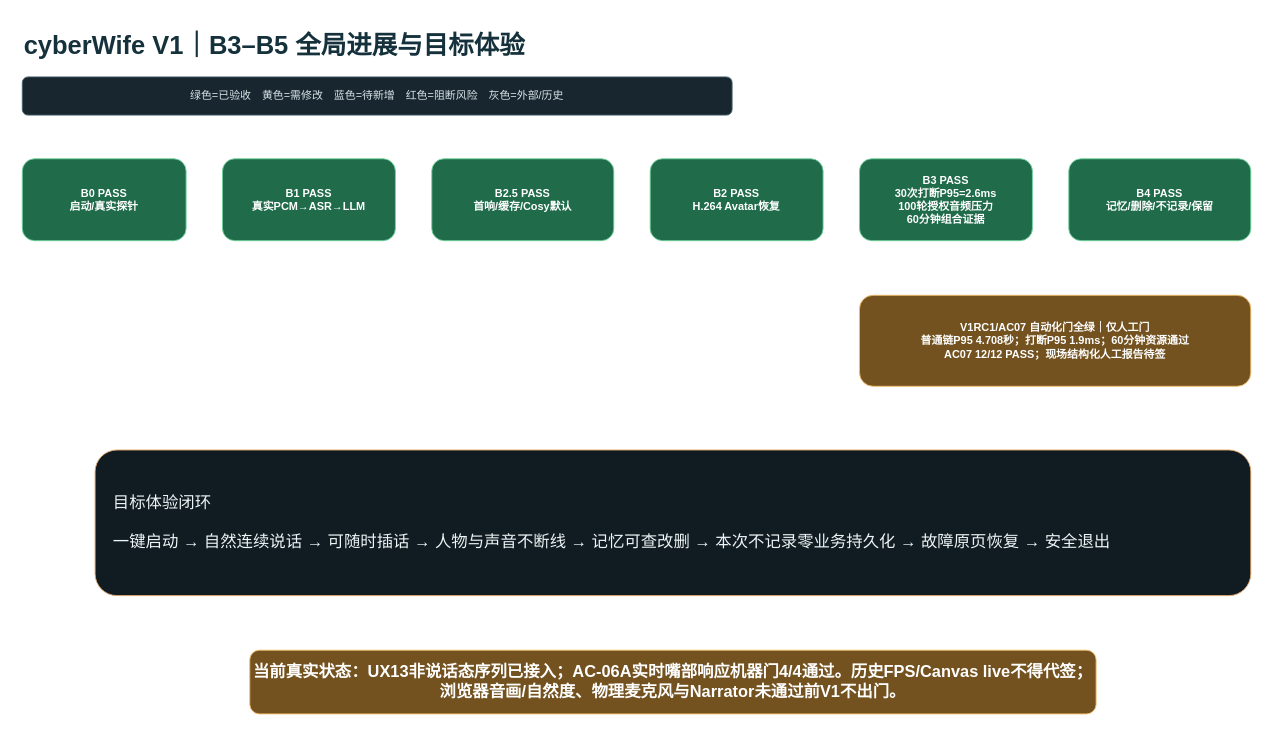
This is page "01-全局进展与目标体验" (1 of 8) of docs/cyberWife-b3-b5-delivery-gap.drawio from ljx418/cyberWife, a draw.io file, before an edit. Source tidied: cells renumbered, new cells numbered last; positions are measured from the earlier drawing's top-left corner, leaving out a move shared by most shapes. Both pictures are drawn from the tidied source at 91%, with x=0, y=0 at pixel (22, 22).
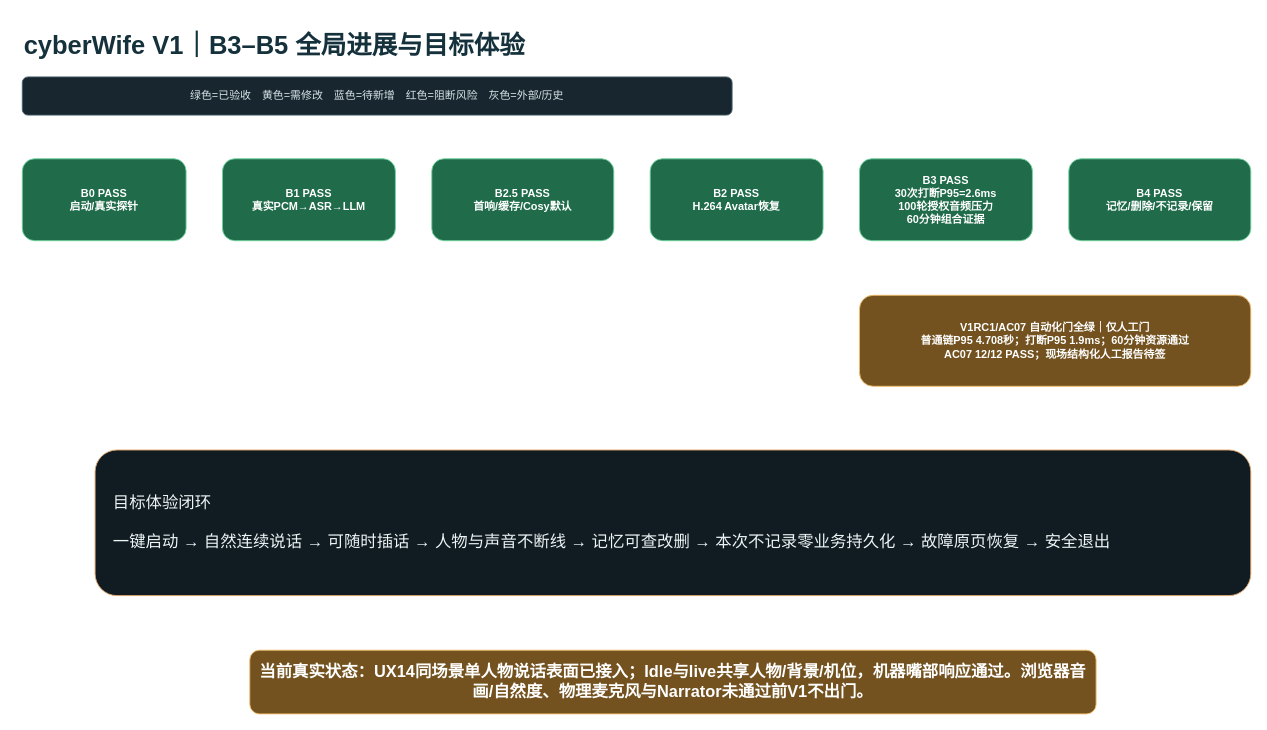
Above is the later version.

Change to the diagram source:
```diff
@@
 <mxGraphModel>
   <root>
     <mxCell id="0" />
     <mxCell id="1" parent="0" />
     <mxCell id="2" value="cyberWife V1｜B3–B5 全局进展与目标体验" style="text;html=1;fontSize=28;fontStyle=1;align=left;verticalAlign=middle;fontColor=#15313B;" parent="1" vertex="1">
       <mxGeometry width="1100" height="50" as="geometry" />
     </mxCell>
     <mxCell id="3" value="绿色=已验收　黄色=需修改　蓝色=待新增　红色=阻断风险　灰色=外部/历史" style="rounded=1;html=1;whiteSpace=wrap;fillColor=#17262F;strokeColor=#49606C;fontColor=#D8E5E8;" parent="1" vertex="1">
       <mxGeometry y="60" width="780" height="42" as="geometry" />
     </mxCell>
     <mxCell id="4" value="B0 PASS&#10;启动/真实探针" style="rounded=1;html=1;whiteSpace=wrap;fillColor=#1F6B4A;strokeColor=#6ED39C;fontColor=#FFFFFF;fontStyle=1;" parent="1" vertex="1">
       <mxGeometry y="150" width="180" height="90" as="geometry" />
     </mxCell>
     <mxCell id="5" value="B1 PASS&#10;真实PCM→ASR→LLM" style="rounded=1;html=1;whiteSpace=wrap;fillColor=#1F6B4A;strokeColor=#6ED39C;fontColor=#FFFFFF;fontStyle=1;" parent="1" vertex="1">
       <mxGeometry x="220" y="150" width="190" height="90" as="geometry" />
     </mxCell>
     <mxCell id="6" value="B2.5 PASS&#10;首响/缓存/Cosy默认" style="rounded=1;html=1;whiteSpace=wrap;fillColor=#1F6B4A;strokeColor=#6ED39C;fontColor=#FFFFFF;fontStyle=1;" parent="1" vertex="1">
       <mxGeometry x="450" y="150" width="200" height="90" as="geometry" />
     </mxCell>
     <mxCell id="7" value="B2 PASS&#10;H.264 Avatar恢复" style="rounded=1;html=1;whiteSpace=wrap;fillColor=#1F6B4A;strokeColor=#6ED39C;fontColor=#FFFFFF;fontStyle=1;" parent="1" vertex="1">
       <mxGeometry x="690" y="150" width="190" height="90" as="geometry" />
     </mxCell>
     <mxCell id="8" value="B3 PASS&#10;30次打断P95=2.6ms&#10;100轮授权音频压力&#10;60分钟组合证据" style="rounded=1;html=1;whiteSpace=wrap;fillColor=#1F6B4A;strokeColor=#6ED39C;fontColor=#FFFFFF;fontStyle=1;" parent="1" vertex="1">
       <mxGeometry x="920" y="150" width="190" height="90" as="geometry" />
     </mxCell>
     <mxCell id="9" value="B4 PASS&#10;记忆/删除/不记录/保留" style="rounded=1;html=1;whiteSpace=wrap;fillColor=#1F6B4A;strokeColor=#6ED39C;fontColor=#FFFFFF;fontStyle=1;" parent="1" vertex="1">
       <mxGeometry x="1150" y="150" width="200" height="90" as="geometry" />
     </mxCell>
     <mxCell id="10" value="V1RC1/AC07 自动化门全绿｜仅人工门&#10;普通链P95 4.708秒；打断P95 1.9ms；60分钟资源通过&#10;AC07 12/12 PASS；现场结构化人工报告待签" style="rounded=1;html=1;whiteSpace=wrap;fillColor=#73521F;strokeColor=#F2BD6B;fontColor=#FFFFFF;fontStyle=1;" parent="1" vertex="1">
       <mxGeometry x="920" y="300" width="430" height="100" as="geometry" />
     </mxCell>
     <mxCell id="11" value="目标体验闭环&#10;&#10;一键启动 → 自然连续说话 → 可随时插话 → 人物与声音不断线 → 记忆可查改删 → 本次不记录零业务持久化 → 故障原页恢复 → 安全退出" style="rounded=1;html=1;whiteSpace=wrap;fillColor=#101B22;strokeColor=#E4A668;fontColor=#EDF4F5;fontSize=18;align=left;spacing=20;" parent="1" vertex="1">
       <mxGeometry x="80" y="470" width="1270" height="160" as="geometry" />
     </mxCell>
-    <mxCell id="12" value="当前真实状态：UX13非说话态序列已接入；AC-06A实时嘴部响应机器门4/4通过。历史FPS/Canvas live不得代签；浏览器音画/自然度、物理麦克风与Narrator未通过前V1不出门。" style="rounded=1;html=1;whiteSpace=wrap;fillColor=#73521F;strokeColor=#F2BD6B;fontColor=#FFFFFF;fontStyle=1;fontSize=18;" parent="1" vertex="1">
+    <mxCell id="12" value="当前真实状态：UX14同场景单人物说话表面已接入；Idle与live共享人物/背景/机位，机器嘴部响应通过。浏览器音画/自然度、物理麦克风与Narrator未通过前V1不出门。" style="rounded=1;html=1;whiteSpace=wrap;fillColor=#73521F;strokeColor=#F2BD6B;fontColor=#FFFFFF;fontStyle=1;fontSize=18;" parent="1" vertex="1">
       <mxGeometry x="250" y="690" width="930" height="70" as="geometry" />
     </mxCell>
     <mxCell id="13" style="edgeStyle=orthogonalEdgeStyle;strokeColor=#8AA0A9;endArrow=block;" parent="1" edge="1" source="4" target="5" />
     <mxCell id="14" style="edgeStyle=orthogonalEdgeStyle;strokeColor=#8AA0A9;endArrow=block;" parent="1" edge="1" source="5" target="6" />
     <mxCell id="15" style="edgeStyle=orthogonalEdgeStyle;strokeColor=#8AA0A9;endArrow=block;" parent="1" edge="1" source="6" target="7" />
     <mxCell id="16" style="edgeStyle=orthogonalEdgeStyle;strokeColor=#8AA0A9;endArrow=block;" parent="1" edge="1" source="7" target="8" />
     <mxCell id="17" style="edgeStyle=orthogonalEdgeStyle;strokeColor=#8AA0A9;endArrow=block;" parent="1" edge="1" source="8" target="9" />
     <mxCell id="18" style="edgeStyle=orthogonalEdgeStyle;strokeColor=#8AA0A9;endArrow=block;" parent="1" edge="1" source="9" target="10" />
   </root>
 </mxGraphModel>
```
